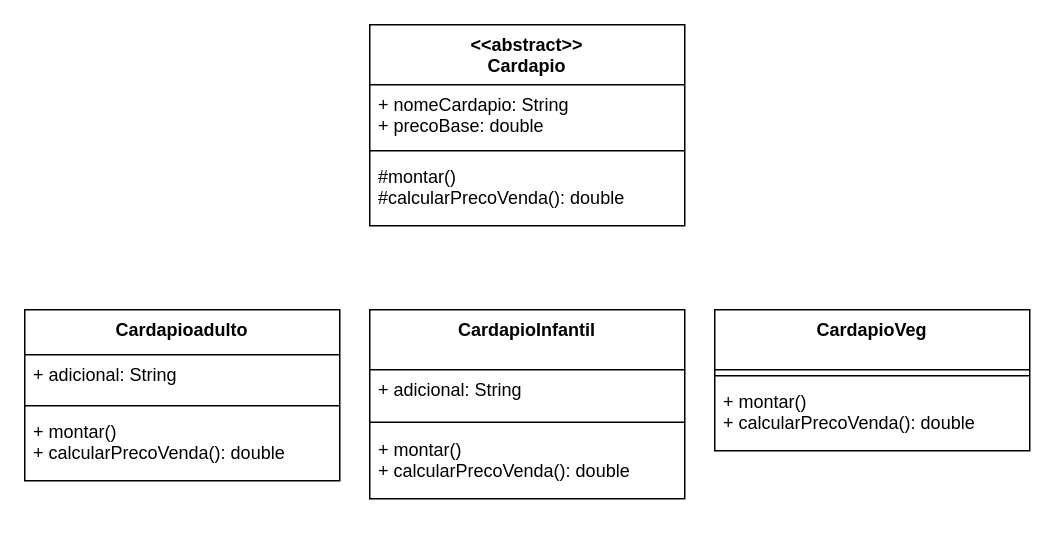
The draw.io diagram Aula02Pratica/mesa.drawio in moreirafelipe/dh-backend, before the edit. Source tidied: cells renumbered, new cells numbered last; positions are measured from the earlier drawing's top-left corner, leaving out a move shared by most shapes. Both pictures are drawn from the tidied source at 150%, with x=0, y=0 at pixel (24, 24).
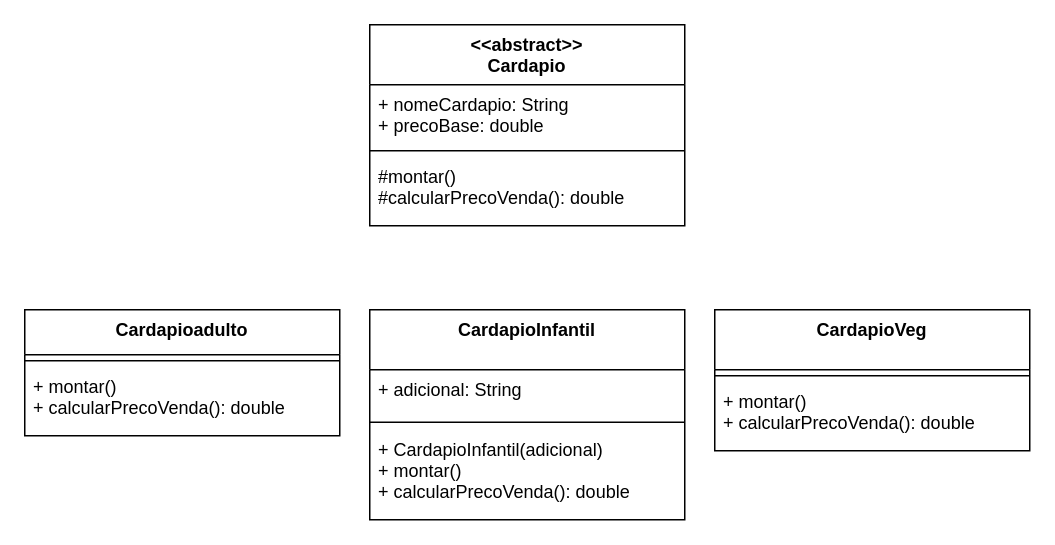
The same diagram, later.

The edit, as a diff of the source:
```diff
@@
 <mxGraphModel>
   <root>
     <mxCell id="0" />
     <mxCell id="1" parent="0" />
     <mxCell id="2" value="&lt;&lt;abstract&gt;&gt;&#10;Cardapio" style="swimlane;fontStyle=1;align=center;verticalAlign=top;horizontal=1;startSize=40;" parent="1" vertex="1">
       <mxGeometry x="230" width="210" height="134" as="geometry" />
     </mxCell>
     <mxCell id="3" value="+ nomeCardapio: String&#10;+ precoBase: double" style="text;strokeColor=none;fillColor=none;align=left;verticalAlign=top;spacingLeft=4;spacingRight=4;overflow=hidden;" parent="2" vertex="1">
       <mxGeometry y="40" width="210" height="40" as="geometry" />
     </mxCell>
     <mxCell id="4" style="line;strokeWidth=1;fillColor=none;align=left;verticalAlign=middle;spacingTop=-1;spacingLeft=3;spacingRight=3;labelPosition=right;" parent="2" vertex="1">
       <mxGeometry y="80" width="210" height="8" as="geometry" />
     </mxCell>
     <mxCell id="5" value="#montar()&#10;#calcularPrecoVenda(): double" style="text;strokeColor=none;fillColor=none;align=left;verticalAlign=top;spacingLeft=4;spacingRight=4;overflow=hidden;" parent="2" vertex="1">
       <mxGeometry y="88" width="210" height="46" as="geometry" />
     </mxCell>
     <mxCell id="6" value="Cardapioadulto" style="swimlane;fontStyle=1;align=center;verticalAlign=top;horizontal=1;startSize=30;" parent="1" vertex="1">
-      <mxGeometry y="190" width="210" height="114" as="geometry" />
+      <mxGeometry y="190" width="210" height="84" as="geometry" />
     </mxCell>
-    <mxCell id="7" value="+ adicional: String" style="text;strokeColor=none;fillColor=none;align=left;verticalAlign=top;spacingLeft=4;spacingRight=4;overflow=hidden;" parent="6" vertex="1">
-      <mxGeometry y="30" width="210" height="30" as="geometry" />
-    </mxCell>
     <mxCell id="8" style="line;strokeWidth=1;fillColor=none;align=left;verticalAlign=middle;spacingTop=-1;spacingLeft=3;spacingRight=3;labelPosition=right;" parent="6" vertex="1">
-      <mxGeometry y="60" width="210" height="8" as="geometry" />
+      <mxGeometry y="30" width="210" height="8" as="geometry" />
     </mxCell>
     <mxCell id="9" value="+ montar()&#10;+ calcularPrecoVenda(): double" style="text;strokeColor=none;fillColor=none;align=left;verticalAlign=top;spacingLeft=4;spacingRight=4;overflow=hidden;" parent="6" vertex="1">
-      <mxGeometry y="68" width="210" height="46" as="geometry" />
+      <mxGeometry y="38" width="210" height="46" as="geometry" />
     </mxCell>
     <mxCell id="10" value="CardapioInfantil" style="swimlane;fontStyle=1;align=center;verticalAlign=top;horizontal=1;startSize=40;" parent="1" vertex="1">
-      <mxGeometry x="230" y="190" width="210" height="126" as="geometry" />
+      <mxGeometry x="230" y="190" width="210" height="140" as="geometry" />
     </mxCell>
     <mxCell id="11" value="+ adicional: String" style="text;strokeColor=none;fillColor=none;align=left;verticalAlign=top;spacingLeft=4;spacingRight=4;overflow=hidden;" parent="10" vertex="1">
       <mxGeometry y="40" width="210" height="30" as="geometry" />
     </mxCell>
     <mxCell id="12" style="line;strokeWidth=1;fillColor=none;align=left;verticalAlign=middle;spacingTop=-1;spacingLeft=3;spacingRight=3;labelPosition=right;" parent="10" vertex="1">
       <mxGeometry y="70" width="210" height="10" as="geometry" />
     </mxCell>
-    <mxCell id="13" value="+ montar()&#10;+ calcularPrecoVenda(): double" style="text;strokeColor=none;fillColor=none;align=left;verticalAlign=top;spacingLeft=4;spacingRight=4;overflow=hidden;" parent="10" vertex="1">
-      <mxGeometry y="80" width="210" height="46" as="geometry" />
+    <mxCell id="13" value="+ CardapioInfantil(adicional)&#10;+ montar()&#10;+ calcularPrecoVenda(): double" style="text;strokeColor=none;fillColor=none;align=left;verticalAlign=top;spacingLeft=4;spacingRight=4;overflow=hidden;" parent="10" vertex="1">
+      <mxGeometry y="80" width="210" height="60" as="geometry" />
     </mxCell>
     <mxCell id="14" value="CardapioVeg" style="swimlane;fontStyle=1;align=center;verticalAlign=top;horizontal=1;startSize=40;" parent="1" vertex="1">
       <mxGeometry x="460" y="190" width="210" height="94" as="geometry" />
     </mxCell>
     <mxCell id="15" style="line;strokeWidth=1;fillColor=none;align=left;verticalAlign=middle;spacingTop=-1;spacingLeft=3;spacingRight=3;labelPosition=right;" parent="14" vertex="1">
       <mxGeometry y="40" width="210" height="8" as="geometry" />
     </mxCell>
     <mxCell id="16" value="+ montar()&#10;+ calcularPrecoVenda(): double" style="text;strokeColor=none;fillColor=none;align=left;verticalAlign=top;spacingLeft=4;spacingRight=4;overflow=hidden;" parent="14" vertex="1">
       <mxGeometry y="48" width="210" height="46" as="geometry" />
     </mxCell>
   </root>
 </mxGraphModel>
```
